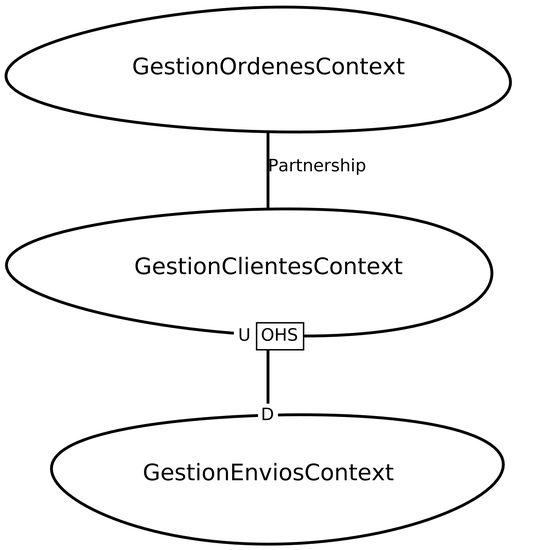
The Graphviz diagram src-gen/ecommerce_ContextMap.png in evalcas/ejemploDDD, before a commit. Its source is kept beside it as src-gen/ecommerce_ContextMap.gv.
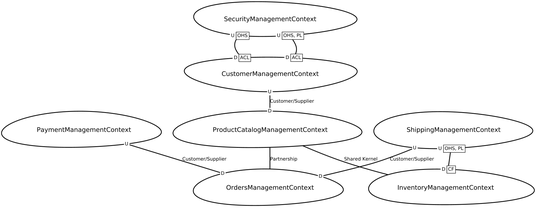
Later version of the same file.

Change to the diagram source:
```diff
@@ -1,12 +1,42 @@
 digraph "ContextMapGraph" {
 graph ["imagepath"="/tmp/GraphvizJava"]
-"GestionClientesContext" ["margin"="0.3","orientation"="88","shape"="egg","fontsize"="16","style"="bold","label"="GestionClientesContext\n","fontname"="sans-serif"]
-"GestionEnviosContext" ["margin"="0.3","orientation"="17","shape"="egg","fontsize"="16","style"="bold","label"="GestionEnviosContext\n","fontname"="sans-serif"]
-"GestionOrdenesContext" ["margin"="0.3","orientation"="26","shape"="egg","fontsize"="16","style"="bold","label"="GestionOrdenesContext\n","fontname"="sans-serif"]
-"GestionClientesContext" -> "GestionEnviosContext" ["headlabel"=<<table cellspacing="0" cellborder="0" border="0">
+"CustomerManagementContext" ["margin"="0.3","orientation"="96","shape"="egg","fontsize"="16","style"="bold","label"="CustomerManagementContext\n","fontname"="sans-serif"]
+"ProductCatalogManagementContext" ["margin"="0.3","orientation"="348","shape"="egg","fontsize"="16","style"="bold","label"="ProductCatalogManagementContext\n","fontname"="sans-serif"]
+"OrdersManagementContext" ["margin"="0.3","orientation"="58","shape"="egg","fontsize"="16","style"="bold","label"="OrdersManagementContext\n","fontname"="sans-serif"]
+"InventoryManagementContext" ["margin"="0.3","orientation"="155","shape"="egg","fontsize"="16","style"="bold","label"="InventoryManagementContext\n","fontname"="sans-serif"]
+"PaymentManagementContext" ["margin"="0.3","orientation"="127","shape"="egg","fontsize"="16","style"="bold","label"="PaymentManagementContext\n","fontname"="sans-serif"]
+"SecurityManagementContext" ["margin"="0.3","orientation"="116","shape"="egg","fontsize"="16","style"="bold","label"="SecurityManagementContext\n","fontname"="sans-serif"]
+"ShippingManagementContext" ["margin"="0.3","orientation"="27","shape"="egg","fontsize"="16","style"="bold","label"="ShippingManagementContext\n","fontname"="sans-serif"]
+"CustomerManagementContext" -> "ProductCatalogManagementContext" ["headlabel"=<<table cellspacing="0" cellborder="0" border="0">
 <tr><td bgcolor="white">D</td></tr>
+</table>>,"labeldistance"="0","fontsize"="12","taillabel"=<<table cellspacing="0" cellborder="0" border="0">
+<tr><td bgcolor="white">U</td></tr>
+</table>>,"style"="bold","label"="Customer/Supplier","dir"="none","fontname"="sans-serif"]
+"ProductCatalogManagementContext" -> "OrdersManagementContext" ["fontsize"="12","style"="bold","label"="Partnership","dir"="none","fontname"="sans-serif"]
+"ProductCatalogManagementContext" -> "InventoryManagementContext" ["fontsize"="12","style"="bold","label"="Shared Kernel","dir"="none","fontname"="sans-serif"]
+"PaymentManagementContext" -> "OrdersManagementContext" ["headlabel"=<<table cellspacing="0" cellborder="0" border="0">
+<tr><td bgcolor="white">D</td></tr>
+</table>>,"labeldistance"="0","fontsize"="12","taillabel"=<<table cellspacing="0" cellborder="0" border="0">
+<tr><td bgcolor="white">U</td></tr>
+</table>>,"style"="bold","label"="Customer/Supplier","dir"="none","fontname"="sans-serif"]
+"SecurityManagementContext" -> "CustomerManagementContext" ["headlabel"=<<table cellspacing="0" cellborder="1" border="0">
+<tr><td bgcolor="white" sides="r">D</td><td sides="trbl" bgcolor="white"><font>ACL</font></td></tr>
 </table>>,"labeldistance"="0","fontsize"="12","taillabel"=<<table cellspacing="0" cellborder="1" border="0">
 <tr><td bgcolor="white" sides="r">U</td><td sides="trbl" bgcolor="white"><font>OHS</font></td></tr>
 </table>>,"style"="bold","label"="                                        ","dir"="none","fontname"="sans-serif"]
-"GestionOrdenesContext" -> "GestionClientesContext" ["fontsize"="12","style"="bold","label"="Partnership","dir"="none","fontname"="sans-serif"]
+"SecurityManagementContext" -> "CustomerManagementContext" ["headlabel"=<<table cellspacing="0" cellborder="1" border="0">
+<tr><td bgcolor="white" sides="r">D</td><td sides="trbl" bgcolor="white"><font>ACL</font></td></tr>
+</table>>,"labeldistance"="0","fontsize"="12","taillabel"=<<table cellspacing="0" cellborder="1" border="0">
+<tr><td bgcolor="white" sides="r">U</td><td sides="trbl" bgcolor="white"><font>OHS, PL</font></td></tr>
+</table>>,"style"="bold","label"="                                        ","dir"="none","fontname"="sans-serif"]
+"ShippingManagementContext" -> "InventoryManagementContext" ["headlabel"=<<table cellspacing="0" cellborder="1" border="0">
+<tr><td bgcolor="white" sides="r">D</td><td sides="trbl" bgcolor="white"><font>CF</font></td></tr>
+</table>>,"labeldistance"="0","fontsize"="12","taillabel"=<<table cellspacing="0" cellborder="1" border="0">
+<tr><td bgcolor="white" sides="r">U</td><td sides="trbl" bgcolor="white"><font>OHS, PL</font></td></tr>
+</table>>,"style"="bold","label"="                                        ","dir"="none","fontname"="sans-serif"]
+"ShippingManagementContext" -> "OrdersManagementContext" ["headlabel"=<<table cellspacing="0" cellborder="0" border="0">
+<tr><td bgcolor="white">D</td></tr>
+</table>>,"labeldistance"="0","fontsize"="12","taillabel"=<<table cellspacing="0" cellborder="0" border="0">
+<tr><td bgcolor="white">U</td></tr>
+</table>>,"style"="bold","label"="Customer/Supplier","dir"="none","fontname"="sans-serif"]
 }
```
